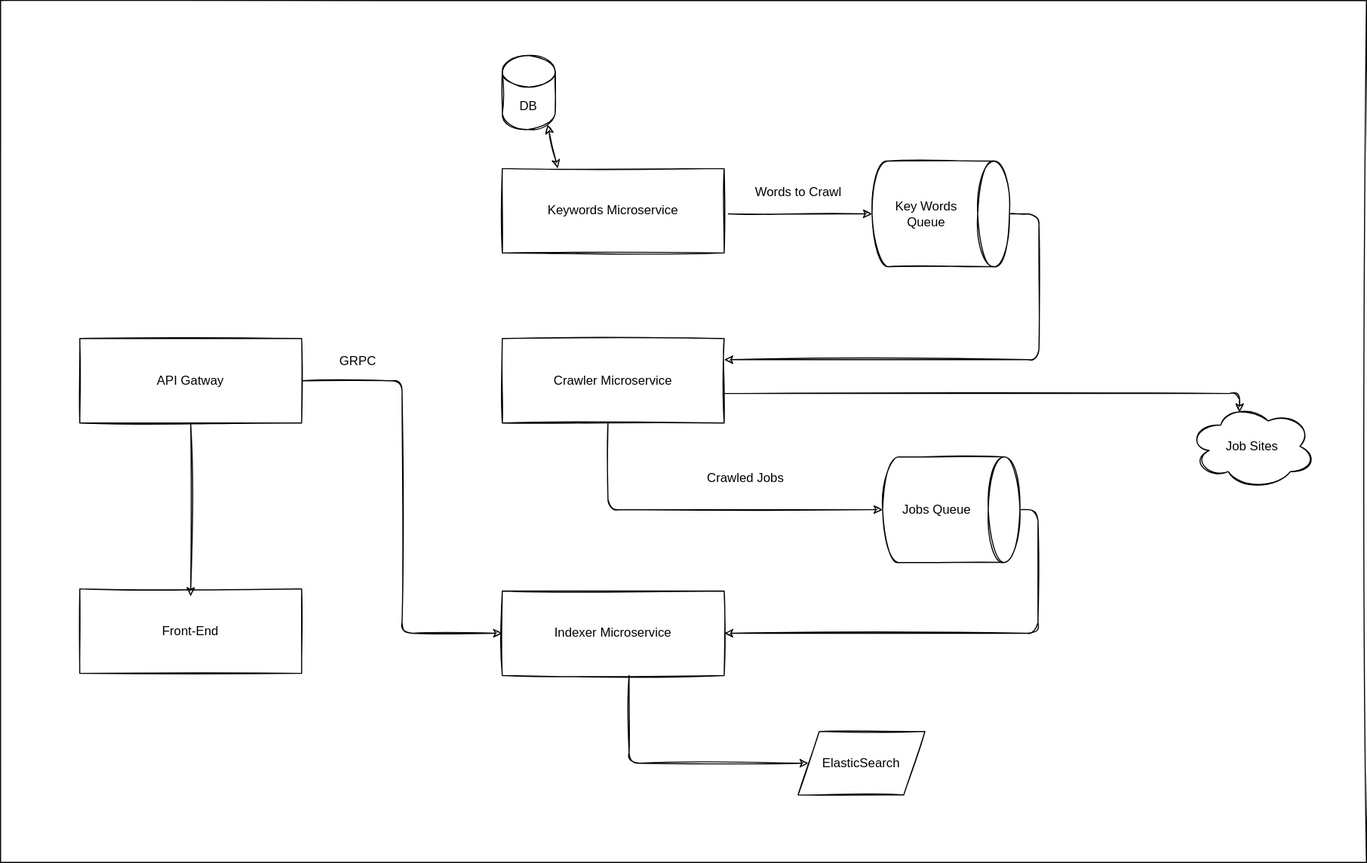
The draw.io diagram architecture.svg in Khaled-Abdelal/job-crawler, before a commit. Source tidied: cells renumbered, new cells last; positions are measured from the earlier drawing's top-left corner, leaving out a move shared by most shapes.
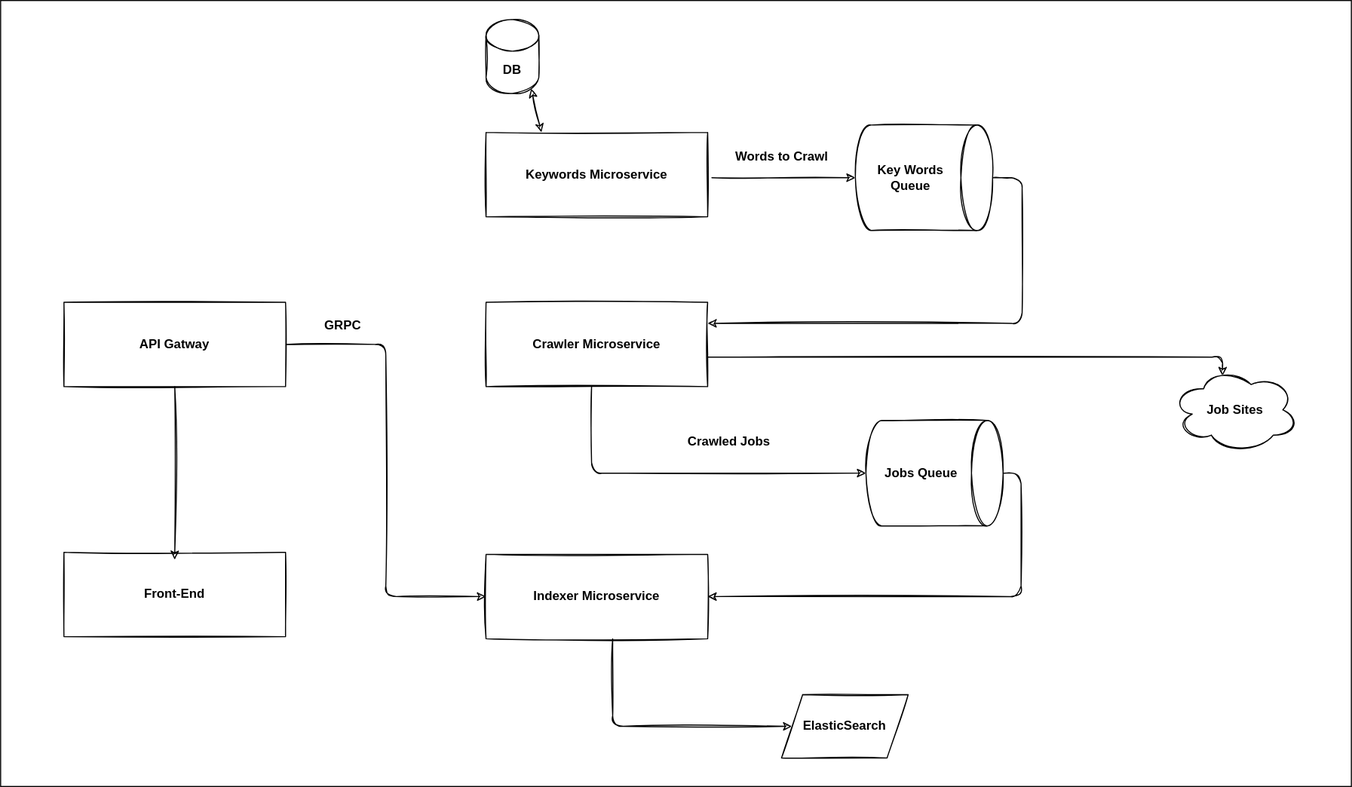
Later version of the same file.

What changed in the source:
```diff
@@ -2,9 +2,9 @@
   <root>
     <mxCell id="0" />
     <mxCell id="1" parent="0" />
-    <mxCell id="2" style="rounded=0;whiteSpace=wrap;html=1;sketch=1;" parent="1" vertex="1">
-      <mxGeometry width="1293" height="816" as="geometry" />
-    </mxCell>
+    <mxCell id="25" style="rounded=0;whiteSpace=wrap;html=1;" parent="1" vertex="1">
+      <mxGeometry x="15" y="34" width="1280" height="745" as="geometry" />
+    </mxCell>
     <mxCell id="3" style="edgeStyle=orthogonalEdgeStyle;sketch=1;jettySize=auto;html=1;entryX=0.4;entryY=0.1;entryDx=0;entryDy=0;entryPerimeter=0;" parent="1" edge="1" target="10">
       <mxGeometry relative="1" as="geometry">
         <mxPoint x="680" y="372" as="sourcePoint" />
@@ -13,7 +13,7 @@
         </Array>
       </mxGeometry>
     </mxCell>
-    <mxCell id="4" value="DB" style="shape=cylinder3;whiteSpace=wrap;html=1;boundedLbl=1;backgroundOutline=1;size=15;sketch=1;" parent="1" vertex="1">
+    <mxCell id="4" value="&lt;b&gt;DB&lt;/b&gt;" style="shape=cylinder3;whiteSpace=wrap;html=1;boundedLbl=1;backgroundOutline=1;size=15;sketch=1;" parent="1" vertex="1">
       <mxGeometry x="475" y="52" width="50" height="70" as="geometry" />
     </mxCell>
     <mxCell id="5" style="edgeStyle=orthogonalEdgeStyle;sketch=1;jettySize=auto;html=1;entryX=0;entryY=0.5;entryDx=0;entryDy=0;" parent="1" edge="1" source="6" target="15">
@@ -23,7 +23,7 @@
         </Array>
       </mxGeometry>
     </mxCell>
-    <mxCell id="6" value="Indexer Microservice" style="rounded=0;whiteSpace=wrap;html=1;sketch=1;" parent="1" vertex="1">
+    <mxCell id="6" value="&lt;b style=&quot;&quot;&gt;Indexer Microservice&lt;/b&gt;" style="rounded=0;whiteSpace=wrap;html=1;sketch=1;" parent="1" vertex="1">
       <mxGeometry x="475" y="559" width="210" height="80" as="geometry" />
     </mxCell>
     <mxCell id="7" style="edgeStyle=orthogonalEdgeStyle;sketch=1;jettySize=auto;html=1;entryX=1;entryY=0.25;entryDx=0;entryDy=0;" parent="1" edge="1" source="8" target="20">
@@ -34,13 +34,13 @@
         </Array>
       </mxGeometry>
     </mxCell>
-    <mxCell id="8" value="Key Words Queue" style="shape=cylinder3;whiteSpace=wrap;html=1;boundedLbl=1;backgroundOutline=1;size=15;direction=south;sketch=1;" parent="1" vertex="1">
+    <mxCell id="8" value="&lt;b&gt;Key Words Queue&lt;/b&gt;" style="shape=cylinder3;whiteSpace=wrap;html=1;boundedLbl=1;backgroundOutline=1;size=15;direction=south;sketch=1;" parent="1" vertex="1">
       <mxGeometry x="825" y="152" width="130" height="100" as="geometry" />
     </mxCell>
-    <mxCell id="9" value="Words to Crawl" style="text;html=1;align=center;verticalAlign=middle;strokeColor=none;fillColor=none;rotation=0;sketch=1;" parent="1" vertex="1">
-      <mxGeometry x="705" y="172" width="100" height="20" as="geometry" />
+    <mxCell id="9" value="&lt;b&gt;Words to Crawl&lt;/b&gt;" style="text;html=1;align=center;verticalAlign=middle;strokeColor=none;fillColor=none;rotation=0;sketch=1;" parent="1" vertex="1">
+      <mxGeometry x="706" y="173" width="98" height="18" as="geometry" />
     </mxCell>
-    <mxCell id="10" value="Job Sites" style="ellipse;shape=cloud;whiteSpace=wrap;html=1;sketch=1;" parent="1" vertex="1">
+    <mxCell id="10" value="&lt;b&gt;Job Sites&lt;/b&gt;" style="ellipse;shape=cloud;whiteSpace=wrap;html=1;sketch=1;" parent="1" vertex="1">
       <mxGeometry x="1125" y="382" width="120" height="80" as="geometry" />
     </mxCell>
     <mxCell id="11" style="edgeStyle=orthogonalEdgeStyle;sketch=1;jettySize=auto;html=1;entryX=0.5;entryY=1;entryDx=0;entryDy=0;entryPerimeter=0;" parent="1" edge="1" target="8">
@@ -48,7 +48,7 @@
         <mxPoint x="689" y="202" as="sourcePoint" />
       </mxGeometry>
     </mxCell>
-    <mxCell id="12" value="Keywords Microservice" style="rounded=0;whiteSpace=wrap;html=1;sketch=1;" parent="1" vertex="1">
+    <mxCell id="12" value="&lt;b&gt;Keywords Microservice&lt;/b&gt;" style="rounded=0;whiteSpace=wrap;html=1;sketch=1;" parent="1" vertex="1">
       <mxGeometry x="475" y="159" width="210" height="80" as="geometry" />
     </mxCell>
     <mxCell id="13" style="edgeStyle=orthogonalEdgeStyle;sketch=1;jettySize=auto;html=1;entryX=1;entryY=0.5;entryDx=0;entryDy=0;" parent="1" edge="1" source="14" target="6">
@@ -59,20 +59,20 @@
         </Array>
       </mxGeometry>
     </mxCell>
-    <mxCell id="14" value="Jobs Queue" style="shape=cylinder3;whiteSpace=wrap;html=1;boundedLbl=1;backgroundOutline=1;size=15;direction=south;sketch=1;" parent="1" vertex="1">
+    <mxCell id="14" value="&lt;b&gt;Jobs Queue&lt;/b&gt;" style="shape=cylinder3;whiteSpace=wrap;html=1;boundedLbl=1;backgroundOutline=1;size=15;direction=south;sketch=1;" parent="1" vertex="1">
       <mxGeometry x="835" y="432" width="130" height="100" as="geometry" />
     </mxCell>
-    <mxCell id="15" value="ElasticSearch" style="shape=parallelogram;perimeter=parallelogramPerimeter;whiteSpace=wrap;html=1;fixedSize=1;sketch=1;" parent="1" vertex="1">
+    <mxCell id="15" value="&lt;b&gt;ElasticSearch&lt;/b&gt;" style="shape=parallelogram;perimeter=parallelogramPerimeter;whiteSpace=wrap;html=1;fixedSize=1;sketch=1;" parent="1" vertex="1">
       <mxGeometry x="755" y="692" width="120" height="60" as="geometry" />
     </mxCell>
-    <mxCell id="16" value="GRPC" style="text;html=1;align=center;verticalAlign=middle;strokeColor=none;fillColor=none;" parent="1" vertex="1">
-      <mxGeometry x="313" y="332" width="50" height="20" as="geometry" />
+    <mxCell id="16" value="&lt;b&gt;GRPC&lt;/b&gt;" style="text;html=1;align=center;verticalAlign=middle;strokeColor=none;fillColor=none;" parent="1" vertex="1">
+      <mxGeometry x="316" y="333" width="45" height="18" as="geometry" />
     </mxCell>
     <mxCell id="17" style="endArrow=classic;startArrow=classic;html=1;sketch=1;exitX=0.855;exitY=1;exitDx=0;exitDy=-4.35;exitPerimeter=0;entryX=0.25;entryY=0;entryDx=0;entryDy=0;" parent="1" edge="1" source="4" target="12">
       <mxGeometry relative="1" as="geometry" />
     </mxCell>
-    <mxCell id="18" value="Crawled Jobs" style="text;html=1;align=center;verticalAlign=middle;strokeColor=none;fillColor=none;" parent="1" vertex="1">
-      <mxGeometry x="660" y="442" width="90" height="20" as="geometry" />
+    <mxCell id="18" value="&lt;b&gt;Crawled Jobs&lt;/b&gt;" style="text;html=1;align=center;verticalAlign=middle;strokeColor=none;fillColor=none;" parent="1" vertex="1">
+      <mxGeometry x="661" y="443" width="88" height="18" as="geometry" />
     </mxCell>
     <mxCell id="19" style="edgeStyle=orthogonalEdgeStyle;sketch=1;jettySize=auto;html=1;entryX=0.5;entryY=1;entryDx=0;entryDy=0;entryPerimeter=0;" parent="1" edge="1" source="20" target="14">
       <mxGeometry relative="1" as="geometry">
@@ -81,10 +81,10 @@
         </Array>
       </mxGeometry>
     </mxCell>
-    <mxCell id="20" value="Crawler Microservice" style="rounded=0;whiteSpace=wrap;html=1;sketch=1;" parent="1" vertex="1">
+    <mxCell id="20" value="&lt;b&gt;Crawler Microservice&lt;/b&gt;" style="rounded=0;whiteSpace=wrap;html=1;sketch=1;" parent="1" vertex="1">
       <mxGeometry x="475" y="320" width="210" height="80" as="geometry" />
     </mxCell>
-    <mxCell id="21" value="Front-End" style="rounded=0;whiteSpace=wrap;html=1;sketch=1;" parent="1" vertex="1">
+    <mxCell id="21" value="&lt;b&gt;Front-End&lt;/b&gt;" style="rounded=0;whiteSpace=wrap;html=1;sketch=1;" parent="1" vertex="1">
       <mxGeometry x="75" y="557" width="210" height="80" as="geometry" />
     </mxCell>
     <mxCell id="22" style="edgeStyle=orthogonalEdgeStyle;sketch=1;jettySize=auto;html=1;entryX=0;entryY=0.5;entryDx=0;entryDy=0;" parent="1" edge="1" source="24" target="6">
@@ -93,7 +93,7 @@
     <mxCell id="23" style="edgeStyle=orthogonalEdgeStyle;sketch=1;jettySize=auto;html=1;entryX=0.5;entryY=0.088;entryDx=0;entryDy=0;entryPerimeter=0;" parent="1" edge="1" source="24" target="21">
       <mxGeometry relative="1" as="geometry" />
     </mxCell>
-    <mxCell id="24" value="API Gatway" style="rounded=0;whiteSpace=wrap;html=1;sketch=1;" parent="1" vertex="1">
+    <mxCell id="24" value="&lt;b&gt;API Gatway&lt;/b&gt;" style="rounded=0;whiteSpace=wrap;html=1;sketch=1;" parent="1" vertex="1">
       <mxGeometry x="75" y="320" width="210" height="80" as="geometry" />
     </mxCell>
   </root>
```
